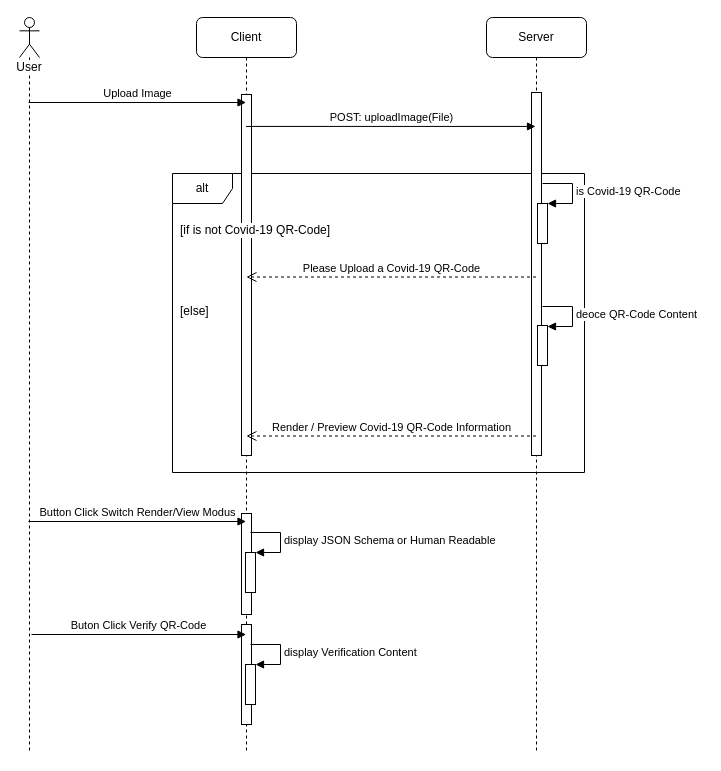
vitoco84/decovid-19-documentation keeps this draw.io diagram as page "Sequence-Diagram" (2 of 3) of Files and Pictures/diagrams.drawio. Above is the earlier version. Source tidied: cells renumbered, new cells numbered last; positions are measured from the earlier drawing's top-left corner, leaving out a move shared by most shapes. Both pictures are drawn from the tidied source at 100%, with x=0, y=0 at pixel (19, 17).
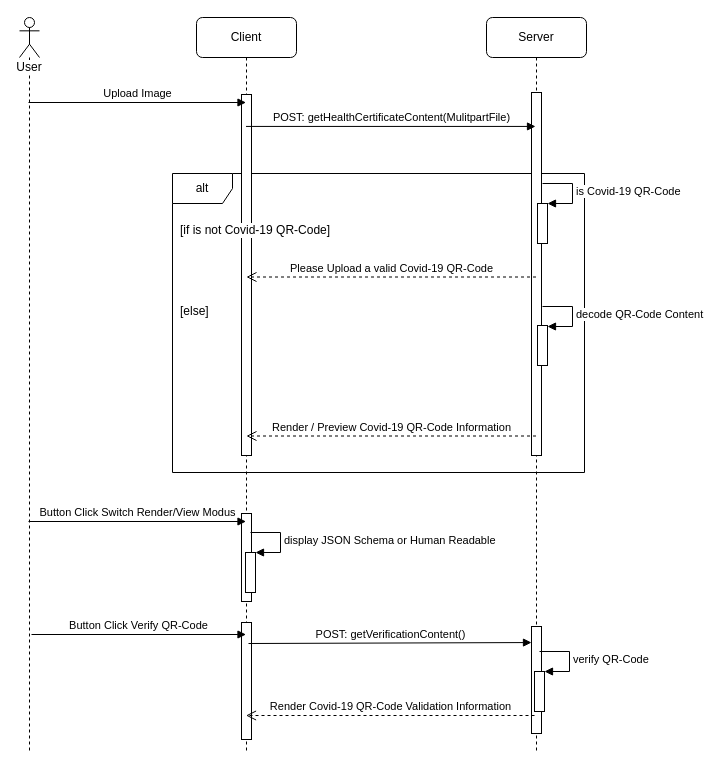
The same page after the edit.

Commit message (it also covers changes not shown here):
updated Sequence-Diagram

Unchanged cells that the change refers to:
```xml
<mxCell id="3" value="Client" style="shape=umlLifeline;perimeter=lifelinePerimeter;whiteSpace=wrap;html=1;outlineConnect=0;rounded=1;" parent="1" vertex="1">
  <mxGeometry x="177" width="100" height="736" as="geometry" />
</mxCell>
<mxCell id="11" value="Server" style="shape=umlLifeline;perimeter=lifelinePerimeter;whiteSpace=wrap;html=1;outlineConnect=0;rounded=1;" parent="1" vertex="1">
  <mxGeometry x="467" width="100" height="736" as="geometry" />
</mxCell>
```

Change to the diagram source:
```diff
@@
     <mxCell id="5" style="html=1;perimeter=orthogonalPerimeter;rounded=0;shadow=0;glass=0;labelBackgroundColor=default;sketch=0;" parent="3" vertex="1">
-      <mxGeometry x="45" y="496" width="10" height="101" as="geometry" />
+      <mxGeometry x="45" y="496" width="10" height="88" as="geometry" />
     </mxCell>
@@
-    <mxCell id="8" style="html=1;perimeter=orthogonalPerimeter;" parent="3" vertex="1">
-      <mxGeometry x="45" y="607" width="10" height="100" as="geometry" />
-    </mxCell>
-    <mxCell id="9" style="html=1;points=[];perimeter=orthogonalPerimeter;" parent="3" vertex="1">
-      <mxGeometry x="49" y="647" width="10" height="40" as="geometry" />
-    </mxCell>
-    <mxCell id="10" value="display Verification Content" style="edgeStyle=orthogonalEdgeStyle;html=1;align=left;spacingLeft=2;endArrow=block;rounded=0;entryX=1;entryY=0;" parent="3" edge="1" target="9">
-      <mxGeometry relative="1" as="geometry">
-        <mxPoint x="54" y="627" as="sourcePoint" />
-        <Array as="points">
-          <mxPoint x="84" y="627" />
-        </Array>
-      </mxGeometry>
-    </mxCell>
+    <mxCell id="26" style="html=1;perimeter=orthogonalPerimeter;" parent="3" vertex="1">
+      <mxGeometry x="45" y="605" width="10" height="117" as="geometry" />
+    </mxCell>
+    <mxCell id="27" value="POST: getVerificationContent()" style="html=1;verticalAlign=bottom;endArrow=block;rounded=0;entryX=0;entryY=0.15;entryDx=0;entryDy=0;entryPerimeter=0;" parent="3" edge="1" target="28">
+      <mxGeometry relative="1" as="geometry">
+        <mxPoint x="52" y="626" as="sourcePoint" />
+      </mxGeometry>
+    </mxCell>
@@
+    <mxCell id="28" style="html=1;points=[];perimeter=orthogonalPerimeter;" parent="11" vertex="1">
+      <mxGeometry x="45" y="609" width="10" height="107" as="geometry" />
+    </mxCell>
@@
+    <mxCell id="29" style="html=1;points=[];perimeter=orthogonalPerimeter;" parent="11" vertex="1">
+      <mxGeometry x="48" y="654" width="10" height="40" as="geometry" />
+    </mxCell>
+    <mxCell id="30" value="verify QR-Code" style="edgeStyle=orthogonalEdgeStyle;html=1;align=left;spacingLeft=2;endArrow=block;rounded=0;entryX=1;entryY=0;" parent="11" edge="1" target="29">
+      <mxGeometry relative="1" as="geometry">
+        <mxPoint x="53" y="634" as="sourcePoint" />
+        <Array as="points">
+          <mxPoint x="83" y="634" />
+        </Array>
+      </mxGeometry>
+    </mxCell>
+    <mxCell id="31" value="Render Covid-19 QR-Code Validation Information" style="html=1;verticalAlign=bottom;endArrow=open;dashed=1;endSize=8;rounded=0;" parent="11" edge="1" target="3">
+      <mxGeometry relative="1" as="geometry">
+        <mxPoint x="48" y="698" as="sourcePoint" />
+      </mxGeometry>
+    </mxCell>
@@
-    <mxCell id="17" value="POST: uploadImage(File)" style="html=1;verticalAlign=bottom;endArrow=block;entryX=0.49;entryY=0.148;rounded=0;entryDx=0;entryDy=0;entryPerimeter=0;" parent="1" edge="1" source="3" target="11">
+    <mxCell id="17" value="POST: getHealthCertificateContent(MulitpartFile)" style="html=1;verticalAlign=bottom;endArrow=block;entryX=0.49;entryY=0.148;rounded=0;entryDx=0;entryDy=0;entryPerimeter=0;" parent="1" edge="1" source="3" target="11">
       <mxGeometry relative="1" as="geometry" />
     </mxCell>
@@
-    <mxCell id="21" value="Please Upload a Covid-19 QR-Code" style="html=1;verticalAlign=bottom;endArrow=open;dashed=1;endSize=8;rounded=0;" parent="1" edge="1">
+    <mxCell id="21" value="Please Upload a valid Covid-19 QR-Code" style="html=1;verticalAlign=bottom;endArrow=open;dashed=1;endSize=8;rounded=0;" parent="1" edge="1">
       <mxGeometry relative="1" as="geometry">
         <mxPoint x="516.5" y="259.5" as="sourcePoint" />
         <mxPoint x="226.9" y="259.5" as="targetPoint" />
       </mxGeometry>
     </mxCell>
@@
-    <mxCell id="23" value="deoce QR-Code Content" style="edgeStyle=orthogonalEdgeStyle;html=1;align=left;spacingLeft=2;endArrow=block;rounded=0;entryX=1;entryY=0;" parent="1" edge="1">
+    <mxCell id="23" value="decode QR-Code Content" style="edgeStyle=orthogonalEdgeStyle;html=1;align=left;spacingLeft=2;endArrow=block;rounded=0;entryX=1;entryY=0;" parent="1" edge="1">
       <mxGeometry relative="1" as="geometry">
         <mxPoint x="523" y="289" as="sourcePoint" />
         <mxPoint x="528" y="309" as="targetPoint" />
         <Array as="points">
           <mxPoint x="553" y="289" />
         </Array>
       </mxGeometry>
     </mxCell>
@@
-    <mxCell id="25" value="Buton Click Verify QR-Code" style="html=1;verticalAlign=bottom;endArrow=block;rounded=0;" parent="1" edge="1" target="3">
+    <mxCell id="25" value="Button Click Verify QR-Code" style="html=1;verticalAlign=bottom;endArrow=block;rounded=0;" parent="1" edge="1" target="3">
       <mxGeometry relative="1" as="geometry">
         <mxPoint x="12" y="617" as="sourcePoint" />
       </mxGeometry>
     </mxCell>
```
